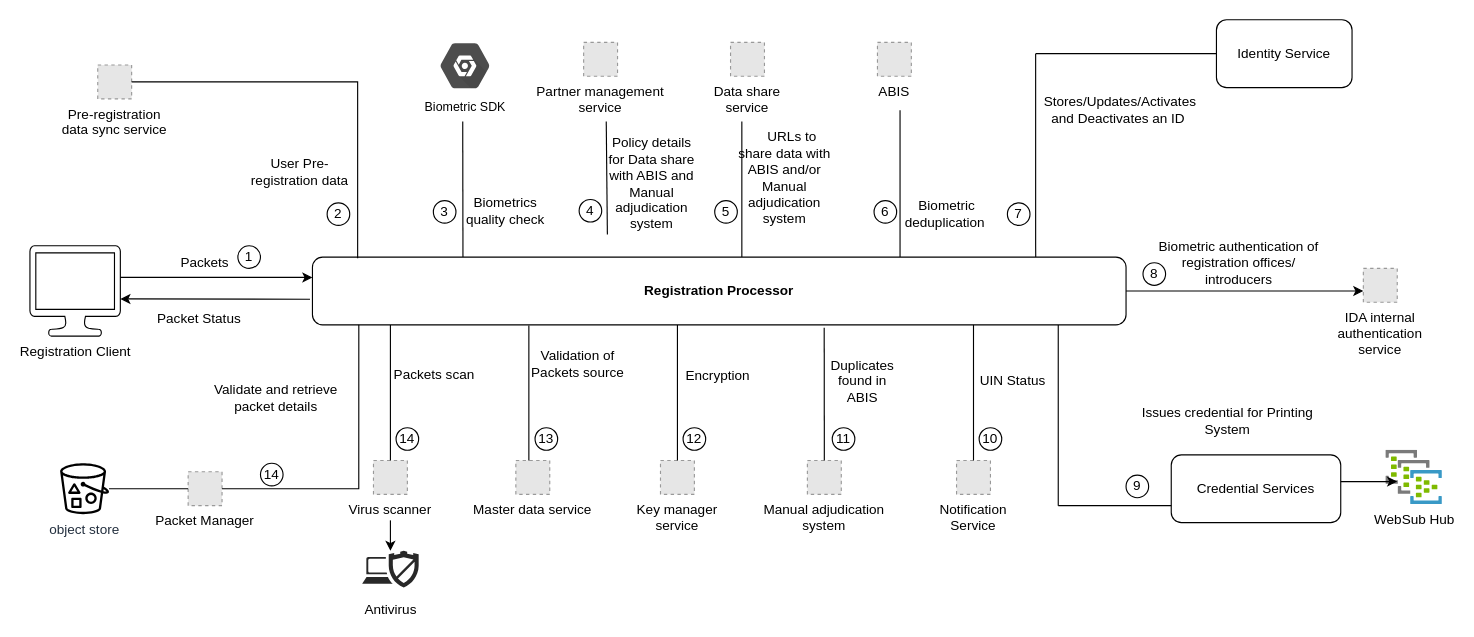
The draw.io diagram docs/_images/reg-proc.drawio in mosip/documentation, before the edit. Source tidied: cells renumbered, new cells numbered last; positions are measured from the earlier drawing's top-left corner, leaving out a move shared by most shapes. Both pictures are drawn from the tidied source at 113%, with x=0, y=0 at pixel (29, 19). Pictures stored in the file or linked from it are replaced by grey dashed boxes.
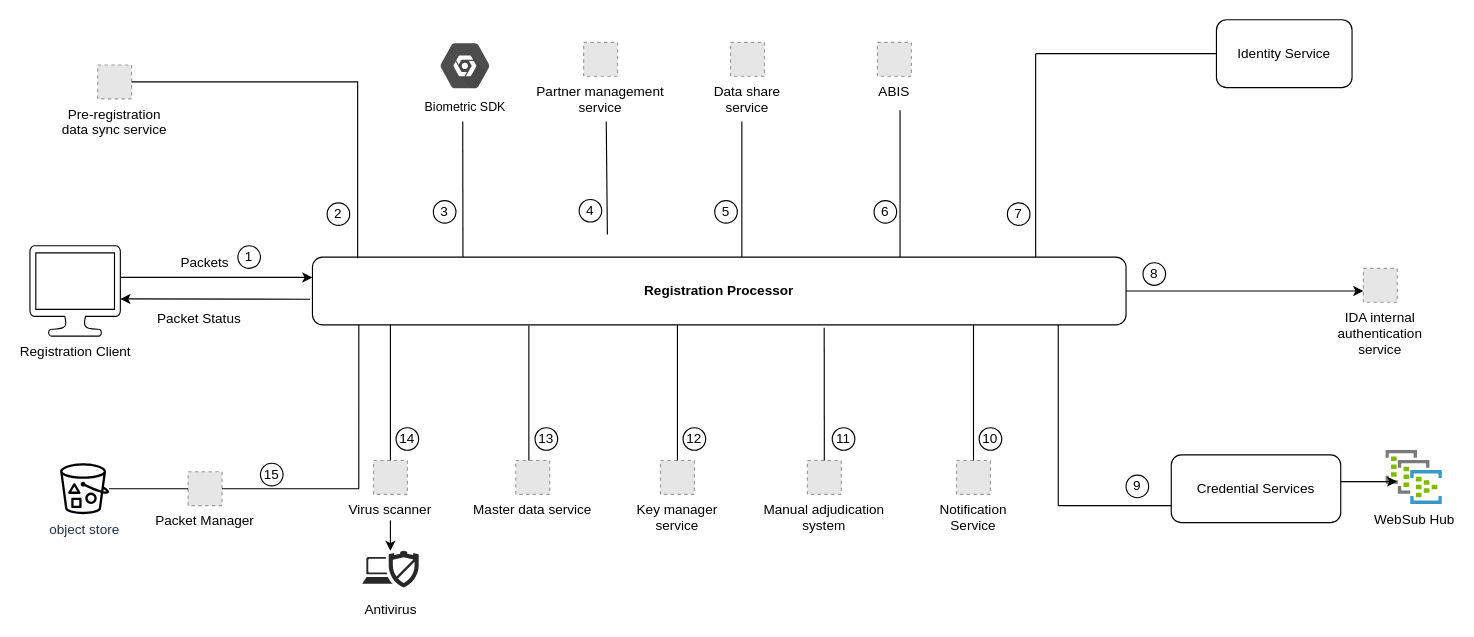
The same diagram, later.

What changed in the source:
```diff
@@
-    <mxCell id="9" value="User Pre-registration data" style="text;html=1;strokeColor=none;fillColor=none;align=center;verticalAlign=middle;whiteSpace=wrap;rounded=0;" parent="1" vertex="1">
-      <mxGeometry x="184" y="120" width="110" height="30" as="geometry" />
-    </mxCell>
@@
-    <mxCell id="11" value="Policy details for Data share with ABIS and Manual adjudication system" style="text;html=1;strokeColor=none;fillColor=none;align=center;verticalAlign=middle;whiteSpace=wrap;rounded=0;" parent="1" vertex="1">
-      <mxGeometry x="511" y="100" width="79" height="90" as="geometry" />
-    </mxCell>
@@
-    <mxCell id="15" value="Validate and retrieve packet details" style="text;html=1;strokeColor=none;fillColor=none;align=center;verticalAlign=middle;whiteSpace=wrap;rounded=0;" parent="1" vertex="1">
-      <mxGeometry x="153" y="320" width="130" height="30" as="geometry" />
-    </mxCell>
-    <mxCell id="16" value="Validation of Packets source" style="text;html=1;strokeColor=none;fillColor=none;align=center;verticalAlign=middle;whiteSpace=wrap;rounded=0;" parent="1" vertex="1">
-      <mxGeometry x="440" y="270.5" width="90" height="69.5" as="geometry" />
-    </mxCell>
@@
-    <mxCell id="20" value="Packets scan" style="text;html=1;strokeColor=none;fillColor=none;align=center;verticalAlign=middle;whiteSpace=wrap;rounded=0;" parent="1" vertex="1">
-      <mxGeometry x="316" y="297" width="84" height="33" as="geometry" />
-    </mxCell>
@@
-    <mxCell id="22" value="Biometrics quality check" style="text;html=1;strokeColor=none;fillColor=none;align=center;verticalAlign=middle;whiteSpace=wrap;rounded=0;" parent="1" vertex="1">
-      <mxGeometry x="382" y="134" width="78" height="70" as="geometry" />
-    </mxCell>
@@
-    <mxCell id="24" value="&amp;nbsp; &amp;nbsp; URLs to share data with ABIS and/or Manual adjudication system" style="text;html=1;strokeColor=none;fillColor=none;align=center;verticalAlign=middle;whiteSpace=wrap;rounded=0;" parent="1" vertex="1">
-      <mxGeometry x="626" y="100" width="84" height="80" as="geometry" />
-    </mxCell>
@@
-    <mxCell id="26" value="Encryption" style="text;html=1;strokeColor=none;fillColor=none;align=center;verticalAlign=middle;whiteSpace=wrap;rounded=0;" parent="1" vertex="1">
-      <mxGeometry x="578" y="280" width="62" height="70" as="geometry" />
-    </mxCell>
@@
-    <mxCell id="29" value="&amp;nbsp;Biometric deduplication" style="text;html=1;strokeColor=none;fillColor=none;align=center;verticalAlign=middle;whiteSpace=wrap;rounded=0;" parent="1" vertex="1">
-      <mxGeometry x="770" y="134" width="80" height="76" as="geometry" />
-    </mxCell>
-    <mxCell id="30" value="Duplicates found in ABIS" style="text;html=1;strokeColor=none;fillColor=none;align=center;verticalAlign=middle;whiteSpace=wrap;rounded=0;" parent="1" vertex="1">
-      <mxGeometry x="702" y="270" width="70" height="100" as="geometry" />
-    </mxCell>
@@
-    <mxCell id="34" value="Biometric authentication of registration offices/ introducers" style="text;html=1;strokeColor=none;fillColor=none;align=center;verticalAlign=middle;whiteSpace=wrap;rounded=0;" parent="1" vertex="1">
-      <mxGeometry x="990" y="180" width="160" height="70" as="geometry" />
-    </mxCell>
-    <mxCell id="35" value="Stores/Updates/Activates and Deactivates an ID&amp;nbsp;" style="text;html=1;strokeColor=none;fillColor=none;align=center;verticalAlign=middle;whiteSpace=wrap;rounded=0;" parent="1" vertex="1">
-      <mxGeometry x="910" y="70" width="110" height="20" as="geometry" />
-    </mxCell>
-    <mxCell id="36" value="Issues credential for Printing System" style="text;html=1;strokeColor=none;fillColor=none;align=center;verticalAlign=middle;whiteSpace=wrap;rounded=0;" parent="1" vertex="1">
-      <mxGeometry x="980" y="320" width="160" height="70" as="geometry" />
-    </mxCell>
@@
-    <mxCell id="39" value="UIN Status" style="text;html=1;strokeColor=none;fillColor=none;align=center;verticalAlign=middle;whiteSpace=wrap;rounded=0;" parent="1" vertex="1">
-      <mxGeometry x="830" y="270" width="80" height="100" as="geometry" />
-    </mxCell>
@@
-    <mxCell id="45" style="endArrow=none;html=1;rounded=0;entryX=0;entryY=1;entryDx=0;entryDy=0;" parent="1" edge="1" target="11">
+    <mxCell id="45" style="endArrow=none;html=1;rounded=0;entryX=0;entryY=1;entryDx=0;entryDy=0;" parent="1" edge="1">
       <mxGeometry relative="1" as="geometry">
         <mxPoint x="510" y="90" as="sourcePoint" />
+        <mxPoint x="511" y="190" as="targetPoint" />
       </mxGeometry>
     </mxCell>
@@
-    <mxCell id="47" style="endArrow=none;html=1;rounded=0;exitX=0;exitY=1;exitDx=0;exitDy=0;" parent="1" edge="1" source="29">
+    <mxCell id="47" style="endArrow=none;html=1;rounded=0;exitX=0;exitY=1;exitDx=0;exitDy=0;" parent="1" edge="1">
       <mxGeometry relative="1" as="geometry">
+        <mxPoint x="770" y="210" as="sourcePoint" />
         <mxPoint x="770" y="80" as="targetPoint" />
       </mxGeometry>
     </mxCell>
@@
-    <mxCell id="55" style="endArrow=none;html=1;rounded=0;exitX=1;exitY=0;exitDx=0;exitDy=0;" parent="1" edge="1" source="39">
+    <mxCell id="55" style="endArrow=none;html=1;rounded=0;exitX=1;exitY=0;exitDx=0;exitDy=0;" parent="1" edge="1">
       <mxGeometry relative="1" as="geometry">
+        <mxPoint x="910" y="270" as="sourcePoint" />
         <mxPoint x="910" y="430" as="targetPoint" />
       </mxGeometry>
     </mxCell>
@@
-    <mxCell id="72" value="14" style="ellipse;whiteSpace=wrap;html=1;" parent="1" vertex="1">
+    <mxCell id="72" value="15" style="ellipse;whiteSpace=wrap;html=1;" parent="1" vertex="1">
       <mxGeometry x="204" y="392.5" width="20" height="20" as="geometry" />
     </mxCell>
```
